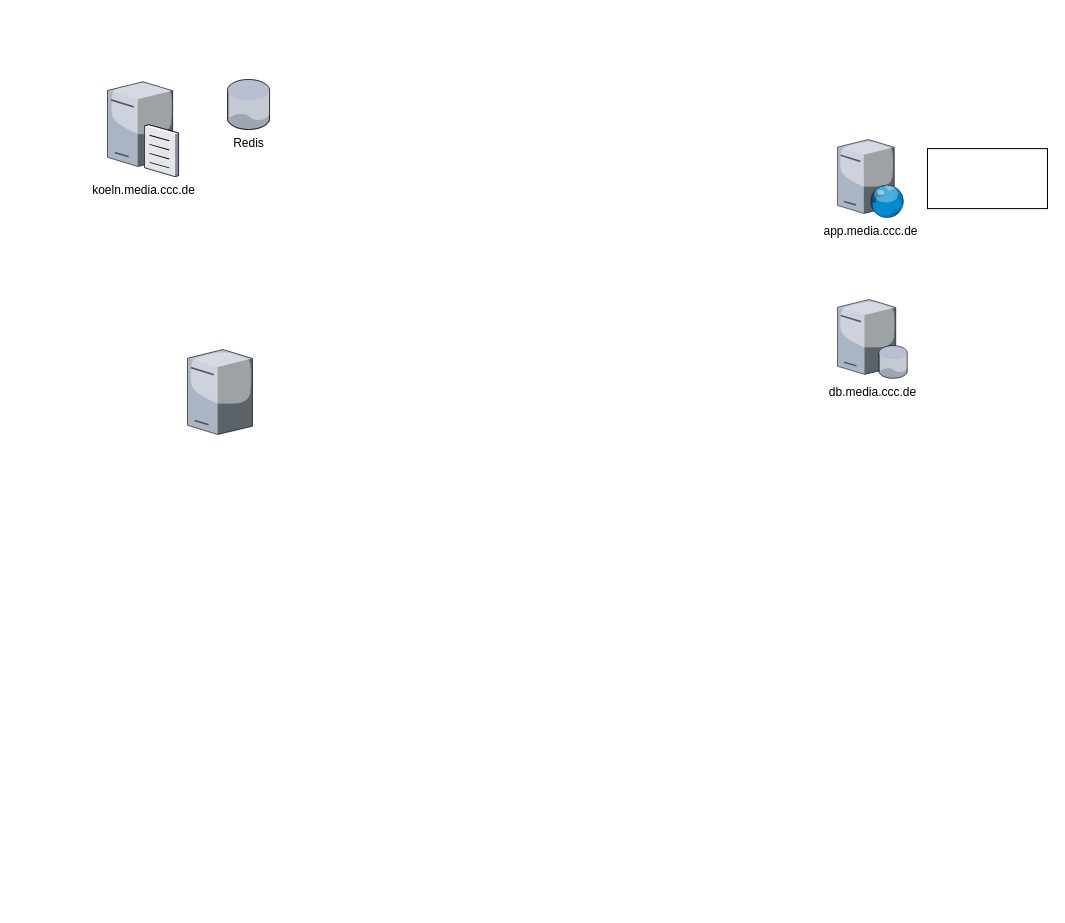
saerdnaer/diagrams keeps this draw.io diagram as Untitled Diagram.drawio. Above is the earlier version. Source tidied: cells renumbered, new cells numbered last; positions are measured from the earlier drawing's top-left corner, leaving out a move shared by most shapes. Both pictures are drawn from the tidied source at 100%, with x=0, y=0 at pixel (107, 79).
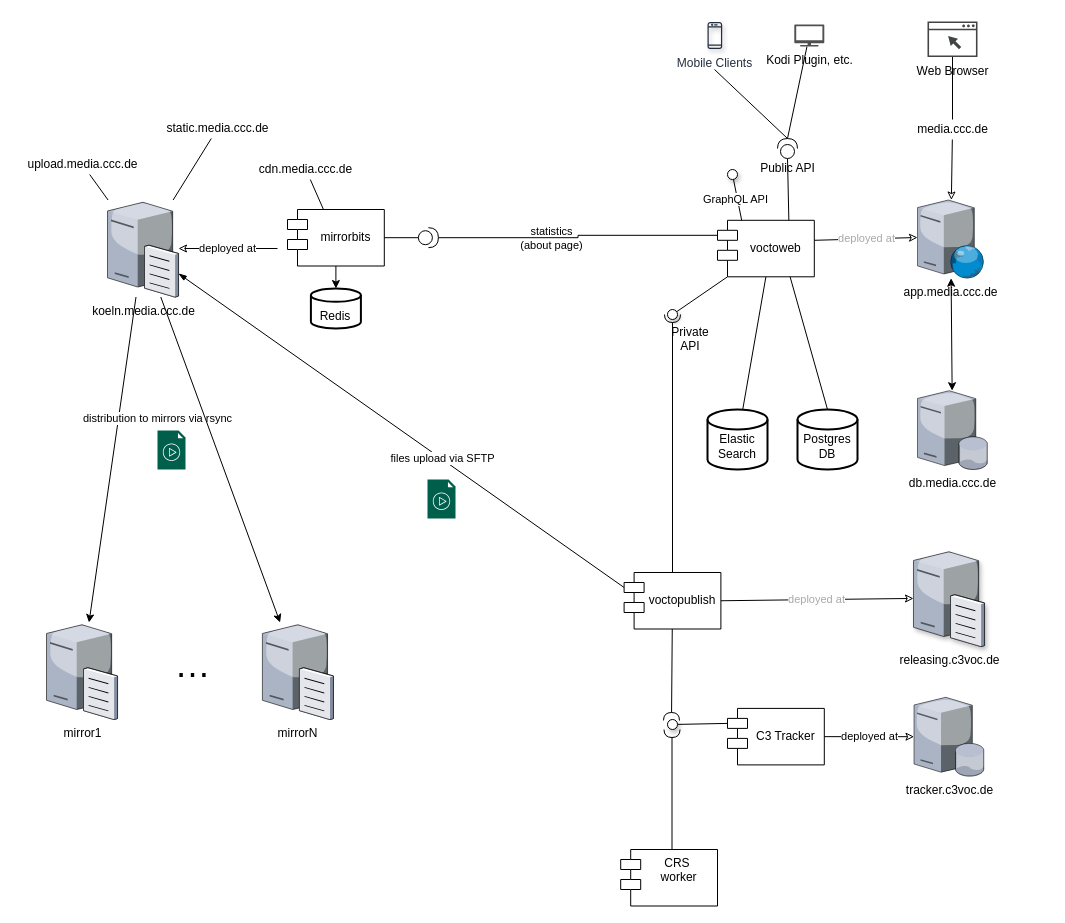
The same page after the edit.

The edit, as a diff of the source:
```diff
@@
+    <mxCell id="8" style="edgeStyle=none;rounded=0;jettySize=auto;html=1;startArrow=classic;startFill=1;endArrow=classic;endFill=1;" parent="1" edge="1" source="3" target="6">
+      <mxGeometry relative="1" as="geometry" />
+    </mxCell>
+    <mxCell id="3" value="db.media.ccc.de" style="verticalLabelPosition=bottom;html=1;verticalAlign=top;strokeColor=none;align=center;outlineConnect=0;shape=mxgraph.citrix.database_server;" parent="1" vertex="1">
+      <mxGeometry x="810" y="311.2" width="70" height="78.8" as="geometry" />
+    </mxCell>
+    <mxCell id="9" style="edgeStyle=none;rounded=0;jettySize=auto;html=1;" parent="1" edge="1" source="4" target="13">
+      <mxGeometry relative="1" as="geometry" />
+    </mxCell>
+    <mxCell id="10" value="distribution to mirrors via rsync" style="edgeLabel;html=1;align=center;verticalAlign=middle;" parent="9" vertex="1">
+      <mxGeometry x="-0.26" y="-1" relative="1" as="geometry">
+        <mxPoint x="39.9" as="offset" />
+      </mxGeometry>
+    </mxCell>
+    <mxCell id="11" style="edgeStyle=none;rounded=0;jettySize=auto;html=1;" parent="1" edge="1" source="4" target="12">
+      <mxGeometry relative="1" as="geometry" />
+    </mxCell>
+    <mxCell id="4" value="koeln.media.ccc.de" style="verticalLabelPosition=bottom;html=1;verticalAlign=top;strokeColor=none;align=center;outlineConnect=0;shape=mxgraph.citrix.file_server;" parent="1" vertex="1">
+      <mxGeometry y="120.5" width="71" height="97" as="geometry" />
+    </mxCell>
+    <mxCell id="12" value="mirrorN" style="verticalLabelPosition=bottom;html=1;verticalAlign=top;strokeColor=none;align=center;outlineConnect=0;shape=mxgraph.citrix.file_server;" parent="1" vertex="1">
+      <mxGeometry x="154.9" y="543" width="71" height="97" as="geometry" />
+    </mxCell>
+    <mxCell id="13" value="mirror1" style="verticalLabelPosition=bottom;html=1;verticalAlign=top;strokeColor=none;align=center;outlineConnect=0;shape=mxgraph.citrix.file_server;" parent="1" vertex="1">
+      <mxGeometry x="-61" y="543" width="71" height="97" as="geometry" />
+    </mxCell>
+    <mxCell id="6" value="app.media.ccc.de" style="verticalLabelPosition=bottom;html=1;verticalAlign=top;strokeColor=none;align=center;outlineConnect=0;shape=mxgraph.citrix.web_server;" parent="1" vertex="1">
+      <mxGeometry x="810" y="120.5" width="66.5" height="78.2" as="geometry" />
+    </mxCell>
+    <mxCell id="14" value="&lt;font style=&quot;font-size: 36px&quot;&gt;…&lt;/font&gt;" style="text;html=1;align=center;verticalAlign=middle;" parent="1" vertex="1">
+      <mxGeometry x="60" y="570" width="50" height="30" as="geometry" />
+    </mxCell>
+    <mxCell id="15" style="edgeStyle=none;rounded=0;jettySize=auto;html=1;exitX=0.75;exitY=1;exitDx=0;exitDy=0;entryX=0.5;entryY=0;entryDx=0;entryDy=0;entryPerimeter=0;endArrow=none;endFill=0;" parent="1" edge="1" source="18" target="19">
+      <mxGeometry relative="1" as="geometry" />
+    </mxCell>
+    <mxCell id="16" style="edgeStyle=none;rounded=0;jettySize=auto;html=1;exitX=0.5;exitY=1;exitDx=0;exitDy=0;endArrow=none;endFill=0;" parent="1" edge="1" source="18" target="20">
+      <mxGeometry relative="1" as="geometry" />
+    </mxCell>
+    <mxCell id="17" style="edgeStyle=none;rounded=0;jettySize=auto;html=1;exitX=0.75;exitY=1;exitDx=0;exitDy=0;entryX=0;entryY=0.5;entryDx=0;entryDy=0;entryPerimeter=0;startArrow=none;startFill=0;endArrow=none;endFill=0;" parent="1" edge="1" source="18" target="36">
+      <mxGeometry relative="1" as="geometry" />
+    </mxCell>
+    <mxCell id="18" value="&#10;voctoweb" style="shape=module;align=left;spacingLeft=20;align=center;verticalAlign=top;" parent="1" vertex="1">
+      <mxGeometry x="610" y="140.8" width="96.8" height="56.5" as="geometry" />
+    </mxCell>
+    <mxCell id="19" value="&lt;br&gt;Postgres DB" style="strokeWidth=2;html=1;shape=mxgraph.flowchart.database;whiteSpace=wrap;" parent="1" vertex="1">
+      <mxGeometry x="690" y="330" width="60" height="60" as="geometry" />
+    </mxCell>
+    <mxCell id="20" value="&lt;br&gt;Elastic Search" style="strokeWidth=2;html=1;shape=mxgraph.flowchart.database;whiteSpace=wrap;" parent="1" vertex="1">
+      <mxGeometry x="600" y="330" width="60" height="60" as="geometry" />
+    </mxCell>
+    <mxCell id="21" style="edgeStyle=none;rounded=0;jettySize=auto;html=1;exitX=0.5;exitY=1;exitDx=0;exitDy=0;entryX=0.5;entryY=0;entryDx=0;entryDy=0;entryPerimeter=0;" parent="1" edge="1" source="22" target="2">
+      <mxGeometry relative="1" as="geometry" />
+    </mxCell>
+    <mxCell id="22" value="&#10;mirrorbits" style="shape=module;align=left;spacingLeft=20;align=center;verticalAlign=top;" parent="1" vertex="1">
+      <mxGeometry x="180" y="130" width="96.8" height="56.5" as="geometry" />
+    </mxCell>
-    <mxCell id="2" value="Redis" style="verticalLabelPosition=bottom;html=1;verticalAlign=top;strokeColor=none;align=center;outlineConnect=0;shape=mxgraph.citrix.database;" parent="1" vertex="1">
-      <mxGeometry x="120" width="42.5" height="50" as="geometry" />
+    <mxCell id="2" value="&lt;br&gt;Redis" style="strokeWidth=2;html=1;shape=mxgraph.flowchart.database;whiteSpace=wrap;" parent="1" vertex="1">
+      <mxGeometry x="203.4" y="209" width="50" height="40" as="geometry" />
     </mxCell>
-    <mxCell id="3" value="db.media.ccc.de" style="verticalLabelPosition=bottom;html=1;verticalAlign=top;strokeColor=none;align=center;outlineConnect=0;shape=mxgraph.citrix.database_server;" parent="1" vertex="1">
-      <mxGeometry x="730" y="220" width="70" height="78.8" as="geometry" />
-    </mxCell>
-    <mxCell id="4" value="koeln.media.ccc.de" style="verticalLabelPosition=bottom;html=1;verticalAlign=top;strokeColor=none;align=center;outlineConnect=0;shape=mxgraph.citrix.file_server;" parent="1" vertex="1">
-      <mxGeometry width="71" height="97" as="geometry" />
-    </mxCell>
-    <mxCell id="5" style="verticalLabelPosition=bottom;html=1;verticalAlign=top;strokeColor=none;align=center;shape=mxgraph.citrix.license_server;" parent="1" vertex="1">
-      <mxGeometry x="80" y="270" width="65" height="85" as="geometry" />
-    </mxCell>
-    <mxCell id="6" value="app.media.ccc.de" style="verticalLabelPosition=bottom;html=1;verticalAlign=top;strokeColor=none;align=center;outlineConnect=0;shape=mxgraph.citrix.web_server;" parent="1" vertex="1">
-      <mxGeometry x="730" y="60" width="66.5" height="78.2" as="geometry" />
-    </mxCell>
-    <mxCell id="7" style="rounded=0;whiteSpace=wrap;html=1;" parent="1" vertex="1">
-      <mxGeometry x="820" y="69.1" width="120" height="60" as="geometry" />
-    </mxCell>
+    <mxCell id="23" value="deployed at" style="edgeStyle=none;rounded=0;jettySize=auto;html=1;startArrow=none;startFill=0;endArrow=classic;endFill=0;" parent="1" edge="1" target="4">
+      <mxGeometry relative="1" as="geometry">
+        <mxPoint x="170" y="169" as="sourcePoint" />
+      </mxGeometry>
+    </mxCell>
+    <mxCell id="24" style="edgeStyle=none;rounded=0;jettySize=auto;html=1;startArrow=none;startFill=0;endArrow=none;endFill=0;fontColor=#A8A8A8;" parent="1" edge="1" source="25" target="22">
+      <mxGeometry relative="1" as="geometry" />
+    </mxCell>
+    <mxCell id="25" value="cdn.media.ccc.de" style="text;html=1;align=center;verticalAlign=middle;points=[];" parent="1" vertex="1">
+      <mxGeometry x="143.4" y="80" width="110" height="20" as="geometry" />
+    </mxCell>
+    <mxCell id="26" style="edgeStyle=none;rounded=0;jettySize=auto;html=1;startArrow=none;startFill=0;endArrow=none;endFill=0;" parent="1" edge="1" source="27" target="4">
+      <mxGeometry relative="1" as="geometry" />
+    </mxCell>
+    <mxCell id="27" value="upload.media.ccc.de" style="text;html=1;align=center;verticalAlign=middle;points=[];" parent="1" vertex="1">
+      <mxGeometry x="-90" y="75" width="130" height="20" as="geometry" />
+    </mxCell>
+    <mxCell id="28" style="edgeStyle=none;rounded=0;jettySize=auto;html=1;startArrow=none;startFill=0;endArrow=none;endFill=0;" parent="1" edge="1" source="29" target="4">
+      <mxGeometry relative="1" as="geometry" />
+    </mxCell>
+    <mxCell id="29" value="static.media.ccc.de" style="text;html=1;align=center;verticalAlign=middle;points=[];" parent="1" vertex="1">
+      <mxGeometry x="50" y="39" width="120" height="20" as="geometry" />
+    </mxCell>
+    <mxCell id="30" style="edgeStyle=none;rounded=0;jettySize=auto;html=1;startArrow=none;startFill=0;endArrow=classic;endFill=0;" parent="1" edge="1" source="31" target="6">
+      <mxGeometry relative="1" as="geometry" />
+    </mxCell>
+    <mxCell id="31" value="media.ccc.de" style="text;html=1;align=center;verticalAlign=middle;points=[];" parent="1" vertex="1">
+      <mxGeometry x="800" y="40" width="90" height="20" as="geometry" />
+    </mxCell>
+    <mxCell id="32" style="edgeStyle=orthogonalEdgeStyle;rounded=0;jettySize=auto;html=1;exitX=0;exitY=0.5;exitDx=0;exitDy=0;exitPerimeter=0;entryX=1;entryY=0.5;entryDx=0;entryDy=0;startArrow=none;startFill=0;endArrow=none;endFill=0;" parent="1" edge="1" source="35" target="22">
+      <mxGeometry relative="1" as="geometry" />
+    </mxCell>
+    <mxCell id="33" style="edgeStyle=orthogonalEdgeStyle;rounded=0;jettySize=auto;html=1;exitX=1;exitY=0.5;exitDx=0;exitDy=0;exitPerimeter=0;startArrow=none;startFill=0;endArrow=none;endFill=0;entryX=0;entryY=0;entryDx=0;entryDy=15;entryPerimeter=0;" parent="1" edge="1" source="35" target="18">
+      <mxGeometry relative="1" as="geometry" />
+    </mxCell>
+    <mxCell id="34" value="statistics &lt;br&gt;(about page)" style="edgeLabel;html=1;align=center;verticalAlign=middle;labelBackgroundColor=none;" parent="33" vertex="1">
+      <mxGeometry x="-0.2" y="-3" relative="1" as="geometry">
+        <mxPoint y="-3" as="offset" />
+      </mxGeometry>
+    </mxCell>
+    <mxCell id="35" style="shape=providedRequiredInterface;html=1;verticalLabelPosition=bottom;" parent="1" vertex="1">
+      <mxGeometry x="310.9" y="148.2" width="20" height="20" as="geometry" />
+    </mxCell>
+    <mxCell id="36" value="Public API" style="shape=providedRequiredInterface;html=1;verticalLabelPosition=bottom;direction=north;" parent="1" vertex="1">
+      <mxGeometry x="670" y="59" width="20" height="20" as="geometry" />
+    </mxCell>
+    <mxCell id="37" style="rounded=0;jettySize=auto;html=1;endArrow=none;endFill=0;exitX=0.25;exitY=0;exitDx=0;exitDy=0;" parent="1" edge="1" source="18" target="39">
+      <mxGeometry relative="1" as="geometry" />
+    </mxCell>
+    <mxCell id="38" value="GraphQL API" style="edgeLabel;html=1;align=center;verticalAlign=middle;" parent="37" vertex="1">
+      <mxGeometry x="1" y="-1" relative="1" as="geometry">
+        <mxPoint x="1" y="20.5" as="offset" />
+      </mxGeometry>
+    </mxCell>
+    <mxCell id="39" style="ellipse;whiteSpace=wrap;html=1;fontFamily=Helvetica;fontSize=12;fontColor=#000000;align=center;strokeColor=#000000;fillColor=#ffffff;points=[];shadow=1;" parent="1" vertex="1">
+      <mxGeometry x="620" y="90" width="10" height="10" as="geometry" />
+    </mxCell>
+    <mxCell id="40" style="shadow=0;dashed=0;html=1;strokeColor=none;fillColor=#005F4B;labelPosition=center;verticalLabelPosition=bottom;verticalAlign=top;align=center;shape=mxgraph.veeam2.video_file;" parent="1" vertex="1">
+      <mxGeometry x="320" y="400" width="28" height="39" as="geometry" />
+    </mxCell>
+    <mxCell id="41" style="edgeStyle=none;rounded=0;jettySize=auto;html=1;startArrow=none;startFill=0;endArrow=none;endFill=0;fontColor=#A8A8A8;" parent="1" edge="1" source="42" target="31">
+      <mxGeometry relative="1" as="geometry" />
+    </mxCell>
+    <mxCell id="42" value="Web Browser" style="shadow=0;dashed=0;html=1;strokeColor=none;fillColor=#434445;labelPosition=center;verticalLabelPosition=bottom;verticalAlign=top;align=center;outlineConnect=0;shape=mxgraph.vvd.web_browser;" parent="1" vertex="1">
+      <mxGeometry x="820" y="-58" width="50" height="35.5" as="geometry" />
+    </mxCell>
+    <mxCell id="43" style="edgeStyle=none;rounded=0;jettySize=auto;html=1;entryX=1;entryY=0.5;entryDx=0;entryDy=0;entryPerimeter=0;startArrow=none;startFill=0;endArrow=none;endFill=0;fontColor=#A8A8A8;" parent="1" edge="1" target="36">
+      <mxGeometry relative="1" as="geometry">
+        <mxPoint x="607" y="-10" as="sourcePoint" />
+      </mxGeometry>
+    </mxCell>
+    <mxCell id="44" value="Mobile Clients" style="fontColor=#232F3E;gradientColor=none;fillColor=#232F3E;strokeColor=none;dashed=0;verticalLabelPosition=bottom;verticalAlign=top;align=center;html=1;fontSize=12;fontStyle=0;shape=mxgraph.aws4.mobile_client;shadow=1;" parent="1" vertex="1">
+      <mxGeometry x="600" y="-58" width="14.7" height="28" as="geometry" />
+    </mxCell>
+    <mxCell id="45" style="edgeStyle=none;rounded=0;jettySize=auto;html=1;entryX=1;entryY=0.5;entryDx=0;entryDy=0;entryPerimeter=0;startArrow=none;startFill=0;endArrow=none;endFill=0;fontColor=#A8A8A8;" parent="1" edge="1" source="46" target="36">
+      <mxGeometry relative="1" as="geometry" />
+    </mxCell>
+    <mxCell id="46" value="Kodi Plugin, etc." style="shadow=0;dashed=0;html=1;strokeColor=none;fillColor=#505050;labelPosition=center;verticalLabelPosition=bottom;verticalAlign=top;outlineConnect=0;align=center;shape=mxgraph.office.devices.tv;" parent="1" vertex="1">
+      <mxGeometry x="686.8" y="-55" width="30" height="22" as="geometry" />
+    </mxCell>
+    <mxCell id="47" style="rounded=0;jettySize=auto;html=1;endArrow=none;endFill=0;exitX=0;exitY=1;exitDx=10;exitDy=0;exitPerimeter=0;" parent="1" edge="1" source="18" target="49">
+      <mxGeometry relative="1" as="geometry" />
+    </mxCell>
+    <mxCell id="48" style="rounded=0;jettySize=auto;html=1;endArrow=halfCircle;endFill=0;entryX=0.5;entryY=0.5;entryDx=0;entryDy=0;endSize=6;strokeWidth=1;exitX=0.5;exitY=0;exitDx=0;exitDy=0;" parent="1" edge="1" source="52" target="49">
+      <mxGeometry relative="1" as="geometry" />
+    </mxCell>
+    <mxCell id="49" value="Private API" style="ellipse;whiteSpace=wrap;html=1;fontFamily=Helvetica;fontSize=12;fontColor=#000000;align=center;strokeColor=#000000;fillColor=#ffffff;points=[];shadow=1;verticalAlign=top;spacingTop=4;spacingRight=3;spacing=7;spacingLeft=39;" parent="1" vertex="1">
+      <mxGeometry x="560" y="230" width="10" height="10" as="geometry" />
+    </mxCell>
+    <mxCell id="50" style="rounded=0;jettySize=auto;html=1;exitX=0;exitY=0;exitDx=0;exitDy=15;exitPerimeter=0;startArrow=none;startFill=0;endArrow=blockThin;endFill=1;" parent="1" edge="1" source="52" target="4">
+      <mxGeometry relative="1" as="geometry" />
+    </mxCell>
+    <mxCell id="51" value="files upload via SFTP" style="edgeLabel;html=1;align=center;verticalAlign=middle;" parent="50" vertex="1">
+      <mxGeometry x="-0.18" y="-1" relative="1" as="geometry" />
+    </mxCell>
+    <mxCell id="52" value="&#10;voctopublish" style="shape=module;align=left;spacingLeft=20;align=center;verticalAlign=top;" parent="1" vertex="1">
+      <mxGeometry x="516.6" y="493" width="96.8" height="56.5" as="geometry" />
+    </mxCell>
+    <mxCell id="53" value="&#10;C3 Tracker" style="shape=module;align=left;spacingLeft=20;align=center;verticalAlign=top;" parent="1" vertex="1">
+      <mxGeometry x="620" y="628.9" width="96.8" height="56.5" as="geometry" />
+    </mxCell>
+    <mxCell id="54" value="tracker.c3voc.de" style="verticalLabelPosition=bottom;html=1;verticalAlign=top;strokeColor=none;align=center;outlineConnect=0;shape=mxgraph.citrix.database_server;" parent="1" vertex="1">
+      <mxGeometry x="806.5" y="617.8" width="70" height="78.8" as="geometry" />
+    </mxCell>
+    <mxCell id="55" value="releasing.c3voc.de" style="verticalLabelPosition=bottom;html=1;verticalAlign=top;strokeColor=none;align=center;outlineConnect=0;shape=mxgraph.citrix.file_server;shadow=1;" parent="1" vertex="1">
+      <mxGeometry x="806" y="470" width="71" height="97" as="geometry" />
+    </mxCell>
+    <mxCell id="56" style="rounded=0;jettySize=auto;html=1;endArrow=none;endFill=0;exitX=0;exitY=0;exitDx=0;exitDy=15;exitPerimeter=0;" parent="1" edge="1" source="53" target="58">
+      <mxGeometry relative="1" as="geometry" />
+    </mxCell>
+    <mxCell id="57" style="rounded=0;jettySize=auto;html=1;endArrow=halfCircle;endFill=0;entryX=0.4;entryY=0.1;entryDx=0;entryDy=0;endSize=6;strokeWidth=1;entryPerimeter=0;" parent="1" edge="1" source="52" target="58">
+      <mxGeometry relative="1" as="geometry" />
+    </mxCell>
+    <mxCell id="58" style="ellipse;whiteSpace=wrap;html=1;fontFamily=Helvetica;fontSize=12;fontColor=#000000;align=center;strokeColor=#000000;fillColor=#ffffff;points=[];shadow=1;labelBackgroundColor=none;" parent="1" vertex="1">
+      <mxGeometry x="560" y="640" width="10" height="10" as="geometry" />
+    </mxCell>
+    <mxCell id="59" value="deployed at" style="edgeStyle=none;rounded=0;jettySize=auto;html=1;startArrow=none;startFill=0;endArrow=classic;endFill=0;exitX=1;exitY=0.5;exitDx=0;exitDy=0;fontColor=#A8A8A8;" parent="1" edge="1" source="52" target="55">
+      <mxGeometry relative="1" as="geometry" />
+    </mxCell>
+    <mxCell id="60" value="deployed at" style="edgeStyle=none;rounded=0;jettySize=auto;html=1;startArrow=none;startFill=0;endArrow=classic;endFill=0;exitX=1;exitY=0.5;exitDx=0;exitDy=0;" parent="1" edge="1" source="53" target="54">
+      <mxGeometry relative="1" as="geometry" />
+    </mxCell>
+    <mxCell id="61" value="deployed at" style="edgeStyle=none;rounded=0;orthogonalLoop=1;jettySize=auto;html=1;startArrow=none;startFill=0;endArrow=classic;endFill=0;exitX=1;exitY=0.5;exitDx=0;exitDy=0;fontColor=#A8A8A8;" parent="1" edge="1">
+      <mxGeometry relative="1" as="geometry">
+        <mxPoint x="706.8" y="160.8" as="sourcePoint" />
+        <mxPoint x="810" y="158" as="targetPoint" />
+      </mxGeometry>
+    </mxCell>
+    <mxCell id="62" style="rounded=0;orthogonalLoop=1;jettySize=auto;html=1;endArrow=halfCircle;endFill=0;entryX=0.5;entryY=0.5;entryDx=0;entryDy=0;endSize=6;strokeWidth=1;" parent="1" edge="1">
+      <mxGeometry relative="1" as="geometry">
+        <mxPoint x="564.5" y="775" as="sourcePoint" />
+        <mxPoint x="564.5" y="650" as="targetPoint" />
+      </mxGeometry>
+    </mxCell>
+    <mxCell id="63" value="CRS &#10;worker" style="shape=module;align=left;spacingLeft=20;align=center;verticalAlign=top;" parent="1" vertex="1">
+      <mxGeometry x="513.2" y="770" width="96.8" height="56.5" as="geometry" />
+    </mxCell>
+    <mxCell id="64" style="shadow=0;dashed=0;html=1;strokeColor=none;fillColor=#005F4B;labelPosition=center;verticalLabelPosition=bottom;verticalAlign=top;align=center;shape=mxgraph.veeam2.video_file;" parent="1" vertex="1">
+      <mxGeometry x="50" y="351" width="28" height="39" as="geometry" />
+    </mxCell>
```
